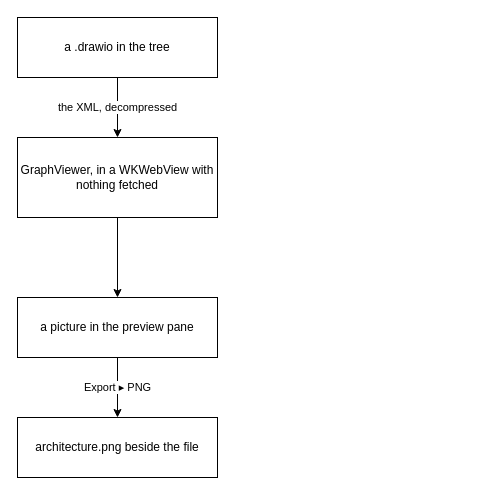
The draw.io diagram drawio/plain.drawio in philipparndt/abydos-examples, before the edit. Source tidied: cells renumbered, new cells numbered last; positions are measured from the earlier drawing's top-left corner, leaving out a move shared by most shapes. Both pictures are drawn from the tidied source at 100%, with x=0, y=0 at pixel (17, 17).
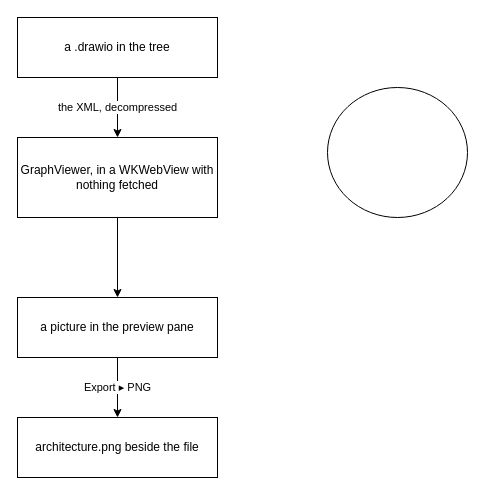
After the change.

Commit message (it also covers changes not shown here):
The .drawio files stop being fixtures for a feature that does not exist

What changed in the source:
```diff
@@
 <mxGraphModel>
   <root>
     <mxCell id="0" />
     <mxCell id="1" parent="0" />
     <mxCell id="2" value="a .drawio in the tree" style="rounded=0;whiteSpace=wrap;html=1;" parent="1" vertex="1">
       <mxGeometry width="200" height="60" as="geometry" />
     </mxCell>
     <mxCell id="3" value="GraphViewer, in a WKWebView with nothing fetched" style="rounded=0;whiteSpace=wrap;html=1;" parent="1" vertex="1">
       <mxGeometry y="120" width="200" height="80" as="geometry" />
     </mxCell>
     <mxCell id="4" value="a picture in the preview pane" style="rounded=0;whiteSpace=wrap;html=1;" parent="1" vertex="1">
       <mxGeometry y="280" width="200" height="60" as="geometry" />
     </mxCell>
     <mxCell id="5" value="architecture.png beside the file" style="rounded=0;whiteSpace=wrap;html=1;" parent="1" vertex="1">
       <mxGeometry y="400" width="200" height="60" as="geometry" />
     </mxCell>
     <mxCell id="6" value="the XML, decompressed" style="edgeStyle=orthogonalEdgeStyle;rounded=0;html=1;" parent="1" edge="1" source="2" target="3">
       <mxGeometry relative="1" as="geometry" />
     </mxCell>
     <mxCell id="7" style="edgeStyle=orthogonalEdgeStyle;rounded=0;html=1;" parent="1" edge="1" source="3" target="4">
       <mxGeometry relative="1" as="geometry" />
     </mxCell>
     <mxCell id="8" value="Export ▸ PNG" style="edgeStyle=orthogonalEdgeStyle;rounded=0;html=1;" parent="1" edge="1" source="4" target="5">
       <mxGeometry relative="1" as="geometry" />
     </mxCell>
+    <mxCell id="9" style="ellipse;whiteSpace=wrap;html=1;shapeInside=1;" parent="1" vertex="1">
+      <mxGeometry x="310" y="70" width="140" height="130" as="geometry" />
+    </mxCell>
   </root>
 </mxGraphModel>
```
